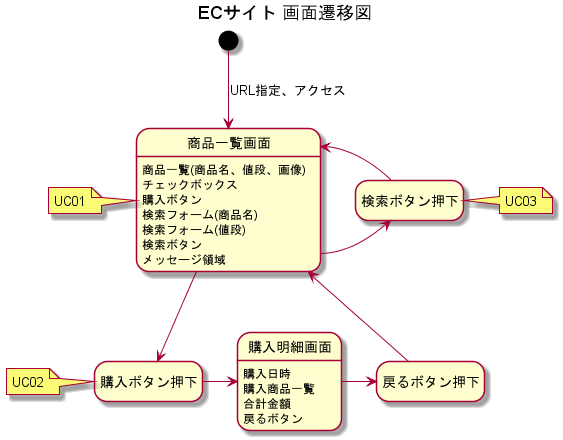
The PlantUML diagram UseCase/ECサイト 画面遷移図.png in wnakayama/ojt_ecsite, before a commit.
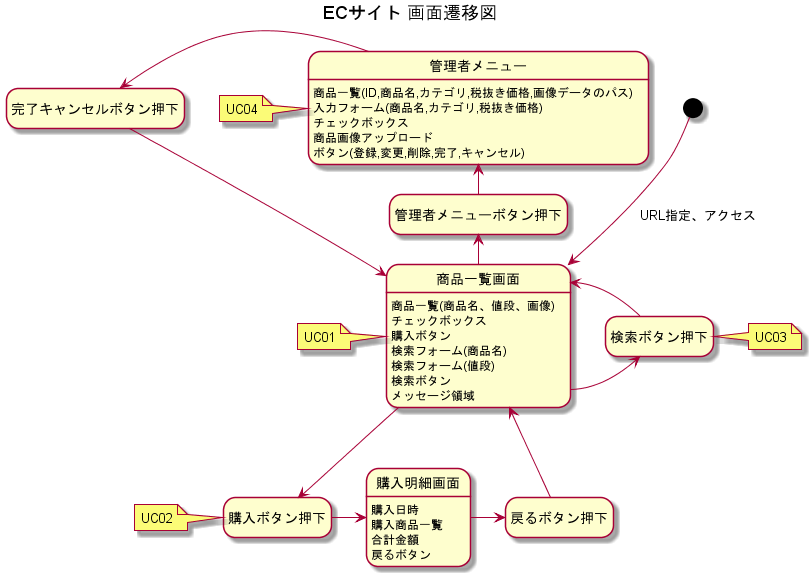
Above is the later version.

Diff of the diagram source:
```diff
@@ -15,13 +15,10 @@
 UC01
 end note
 
-
 商品一覧画面 --> 購入ボタン押下
 note left of 購入ボタン押下
 UC02
 end note
-
-
 
 購入ボタン押下 -right-> 購入明細画面
 購入明細画面 : 購入日時
@@ -38,4 +35,17 @@
 UC03
 end note
 
+商品一覧画面 -left-> 管理者メニューボタン押下
+管理者メニューボタン押下 -left-> 管理者メニュー
+管理者メニュー : 商品一覧(ID,商品名,カテゴリ,税抜き価格,画像データのパス)
+管理者メニュー : 入力フォーム(商品名,カテゴリ,税抜き価格)
+管理者メニュー : チェックボックス
+管理者メニュー : 商品画像アップロード
+管理者メニュー : ボタン(登録,変更,削除,完了,キャンセル)
+管理者メニュー -left-> 完了キャンセルボタン押下
+完了キャンセルボタン押下 --> 商品一覧画面
+
+note left of 管理者メニュー
+UC04
+end note
 @enduml
```
